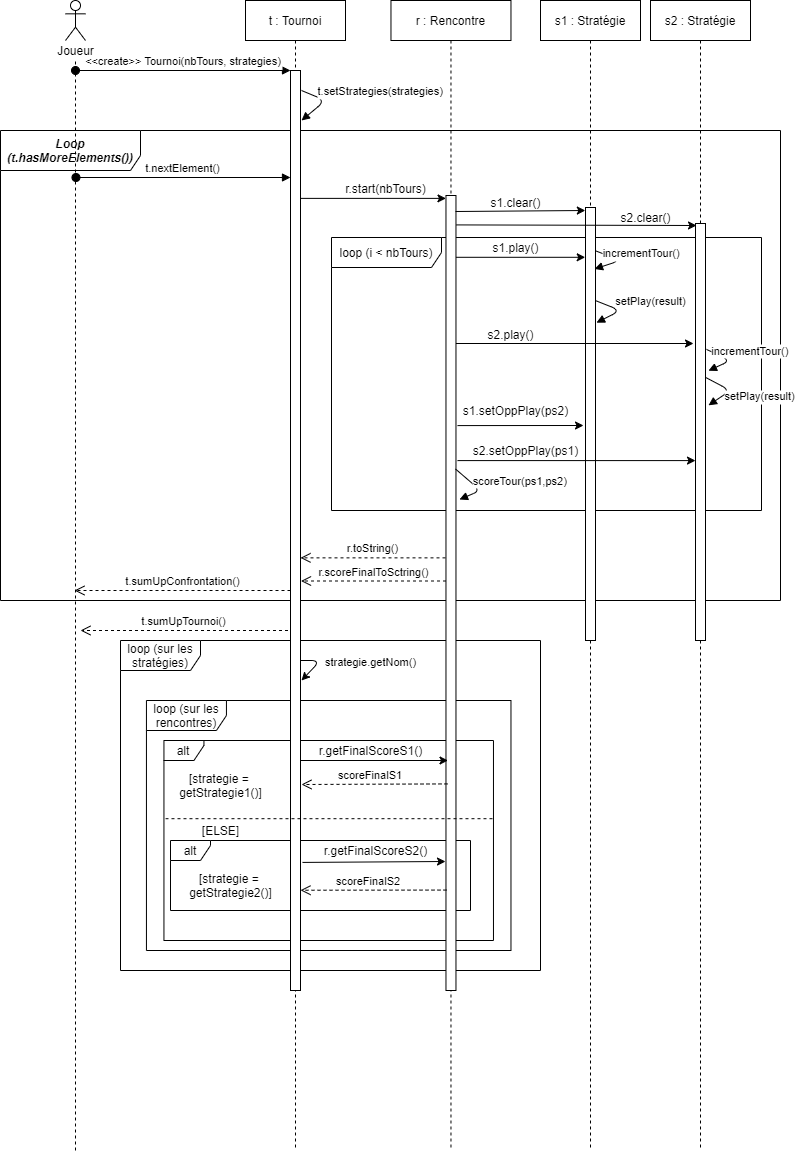
DaeronHTV/DilemmeDuPrisionnier keeps this draw.io diagram as diagramme/diagramme_sequence.png. Above is the earlier version. Source tidied: cells renumbered, new cells last; positions are measured from the earlier drawing's top-left corner, leaving out a move shared by most shapes.
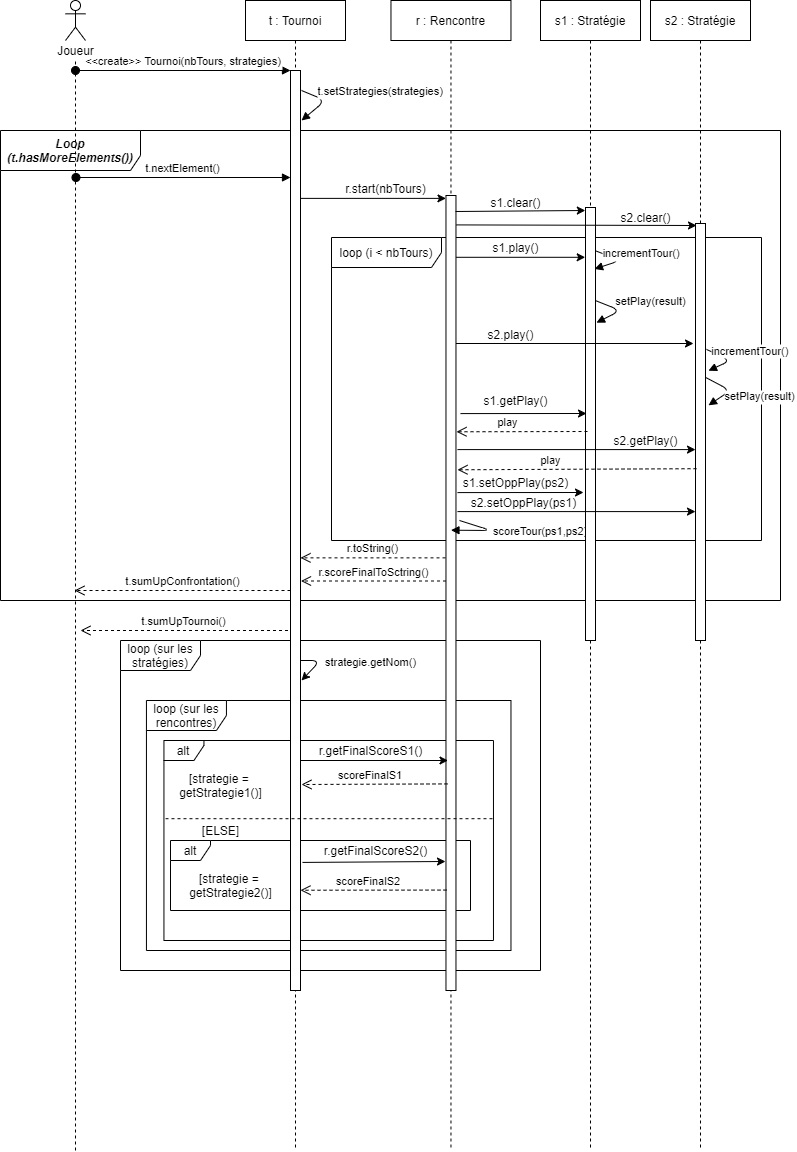
Later version of the same file.

Change to the diagram source:
```diff
@@ -18,7 +18,7 @@
       <mxGeometry y="130" width="780" height="470" as="geometry" />
     </mxCell>
     <mxCell id="7" value="loop (i &amp;lt; nbTours)" style="shape=umlFrame;whiteSpace=wrap;html=1;width=110;height=30;" parent="1" vertex="1">
-      <mxGeometry x="331" y="237" width="430" height="273" as="geometry" />
+      <mxGeometry x="331" y="237" width="430" height="303" as="geometry" />
     </mxCell>
     <mxCell id="8" value="t : Tournoi" style="shape=umlLifeline;perimeter=lifelinePerimeter;rounded=0;shadow=0;strokeWidth=1;" parent="1" vertex="1">
       <mxGeometry x="245" width="100" height="1150" as="geometry" />
@@ -60,13 +60,13 @@
     <mxCell id="15" style="points=[];perimeter=orthogonalPerimeter;rounded=0;shadow=0;strokeWidth=1;" parent="14" vertex="1">
       <mxGeometry x="55" y="195" width="10" height="795" as="geometry" />
     </mxCell>
-    <mxCell id="16" value="scoreTour(ps1,ps2)" style="verticalAlign=bottom;endArrow=block;shadow=0;strokeWidth=1;exitX=0.953;exitY=0.344;exitDx=0;exitDy=0;exitPerimeter=0;" parent="14" edge="1" source="15">
-      <mxGeometry x="0.18" y="40" relative="1" as="geometry">
-        <mxPoint x="68.5" y="499" as="targetPoint" />
+    <mxCell id="16" value="scoreTour(ps1,ps2)" style="verticalAlign=bottom;endArrow=block;shadow=0;strokeWidth=1;entryX=0.5;entryY=0.421;entryDx=0;entryDy=0;entryPerimeter=0;" parent="14" edge="1" target="15">
+      <mxGeometry x="-0.1" y="51" relative="1" as="geometry">
+        <mxPoint x="68.5" y="520" as="sourcePoint" />
         <Array as="points">
-          <mxPoint x="89.5" y="490" />
+          <mxPoint x="100" y="530" />
         </Array>
-        <mxPoint x="24" y="-37" as="offset" />
+        <mxPoint x="50" y="-41" as="offset" />
       </mxGeometry>
     </mxCell>
     <mxCell id="17" style="endArrow=none;dashed=1;html=1;" parent="1" edge="1" source="20">
@@ -246,20 +246,48 @@
     </mxCell>
     <mxCell id="54" style="endArrow=classic;html=1;" parent="1" edge="1">
       <mxGeometry relative="1" as="geometry">
-        <mxPoint x="457" y="425.1" as="sourcePoint" />
-        <mxPoint x="583" y="425" as="targetPoint" />
+        <mxPoint x="457" y="492.1" as="sourcePoint" />
+        <mxPoint x="583" y="492" as="targetPoint" />
       </mxGeometry>
     </mxCell>
-    <mxCell id="55" style="endArrow=classic;html=1;" parent="1" edge="1" target="28">
+    <mxCell id="55" style="endArrow=classic;html=1;" parent="1" edge="1">
       <mxGeometry relative="1" as="geometry">
-        <mxPoint x="457" y="460.1" as="sourcePoint" />
+        <mxPoint x="457" y="511.1" as="sourcePoint" />
+        <mxPoint x="695" y="511.1" as="targetPoint" />
       </mxGeometry>
     </mxCell>
     <mxCell id="56" value="s1.setOppPlay(ps2)" style="text;html=1;align=center;verticalAlign=middle;" parent="1" vertex="1">
-      <mxGeometry x="455.5" y="400" width="120" height="20" as="geometry" />
+      <mxGeometry x="455.5" y="472" width="120" height="20" as="geometry" />
     </mxCell>
     <mxCell id="57" value="s2.setOppPlay(ps1)" style="text;html=1;align=center;verticalAlign=middle;" parent="1" vertex="1">
-      <mxGeometry x="465" y="440" width="120" height="20" as="geometry" />
+      <mxGeometry x="463" y="492" width="120" height="20" as="geometry" />
     </mxCell>
+    <mxCell id="58" style="endArrow=classic;html=1;" parent="1" edge="1">
+      <mxGeometry relative="1" as="geometry">
+        <mxPoint x="457" y="449.1" as="sourcePoint" />
+        <mxPoint x="695" y="449.1" as="targetPoint" />
+      </mxGeometry>
+    </mxCell>
+    <mxCell id="59" style="endArrow=classic;html=1;" parent="1" edge="1">
+      <mxGeometry relative="1" as="geometry">
+        <mxPoint x="460" y="413.1" as="sourcePoint" />
+        <mxPoint x="586" y="413" as="targetPoint" />
+      </mxGeometry>
+    </mxCell>
+    <mxCell id="60" value="play" style="html=1;verticalAlign=bottom;endArrow=open;dashed=1;endSize=8;entryX=1.153;entryY=0.345;entryDx=0;entryDy=0;entryPerimeter=0;exitX=0.1;exitY=0.588;exitDx=0;exitDy=0;exitPerimeter=0;" parent="1" edge="1" source="28" target="15">
+      <mxGeometry x="0.22" relative="1" as="geometry" />
+    </mxCell>
+    <mxCell id="61" value="play" style="html=1;verticalAlign=bottom;endArrow=open;dashed=1;endSize=8;entryX=1.153;entryY=0.345;entryDx=0;entryDy=0;entryPerimeter=0;" parent="1" edge="1">
+      <mxGeometry x="0.22" relative="1" as="geometry">
+        <mxPoint x="587" y="431" as="sourcePoint" />
+        <mxPoint x="456" y="431.3" as="targetPoint" />
+      </mxGeometry>
+    </mxCell>
+    <mxCell id="62" value="s1.getPlay()" style="text;html=1;align=center;verticalAlign=middle;" parent="1" vertex="1">
+      <mxGeometry x="475.5" y="390" width="80" height="20" as="geometry" />
+    </mxCell>
+    <mxCell id="63" value="s2.getPlay()" style="text;html=1;align=center;verticalAlign=middle;" parent="1" vertex="1">
+      <mxGeometry x="605" y="430" width="80" height="20" as="geometry" />
+    </mxCell>
   </root>
 </mxGraphModel>
```
